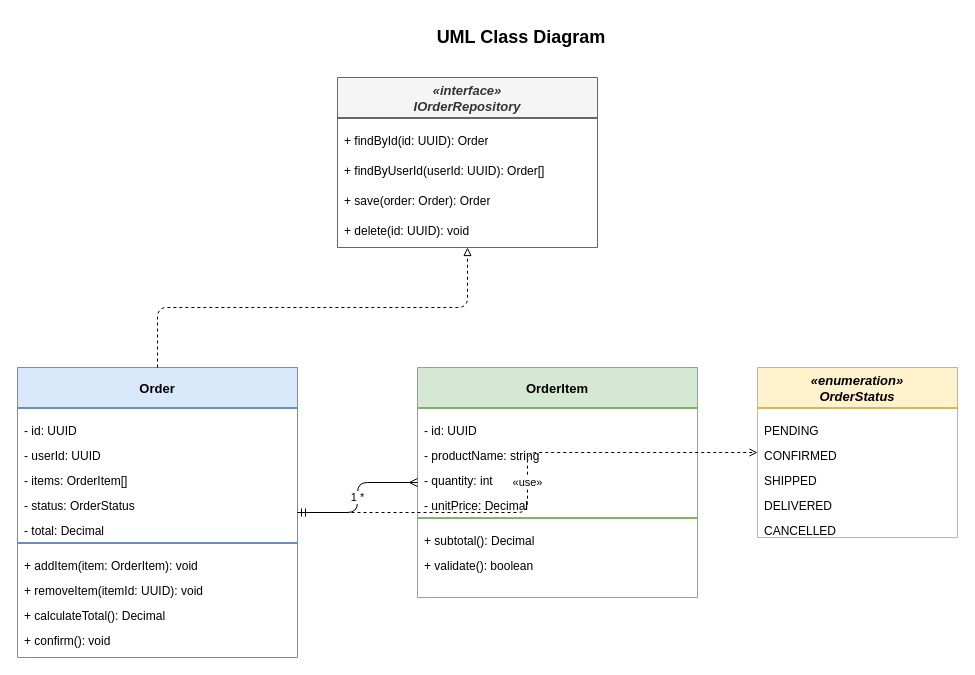
paulasilvatech/datacorp-sifap-team-kit-pt-br keeps this draw.io diagram as .github/skills/draw-io-diagram-generator/assets/templates/uml-class.drawio. Above is the earlier version. Source tidied: cells renumbered, new cells numbered last; positions are measured from the earlier drawing's top-left corner, leaving out a move shared by most shapes. Both pictures are drawn from the tidied source at 100%, with x=0, y=0 at pixel (17, 17).
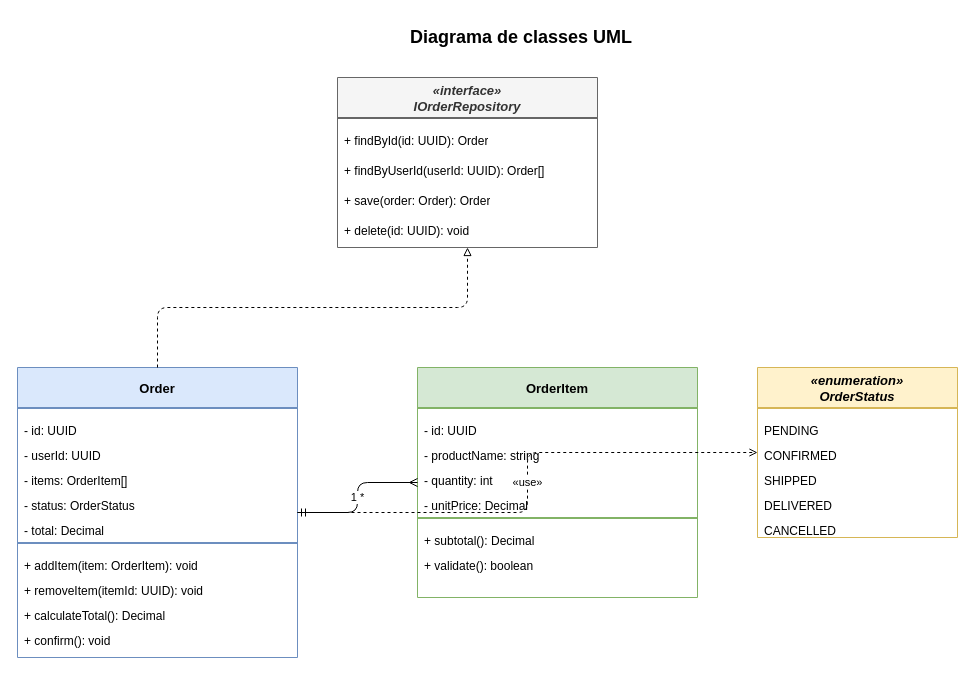
The same page after the edit.

Change to the diagram source:
```diff
@@
-    <mxCell id="2" value="UML Class Diagram" style="text;html=1;strokeColor=none;fillColor=none;align=center;verticalAlign=middle;whiteSpace=wrap;rounded=0;fontSize=18;fontStyle=1;" parent="1" vertex="1">
+    <mxCell id="2" value="Diagrama de classes UML" style="text;html=1;strokeColor=none;fillColor=none;align=center;verticalAlign=middle;whiteSpace=wrap;rounded=0;fontSize=18;fontStyle=1;" parent="1" vertex="1">
       <mxGeometry x="254" width="500" height="40" as="geometry" />
     </mxCell>
```
